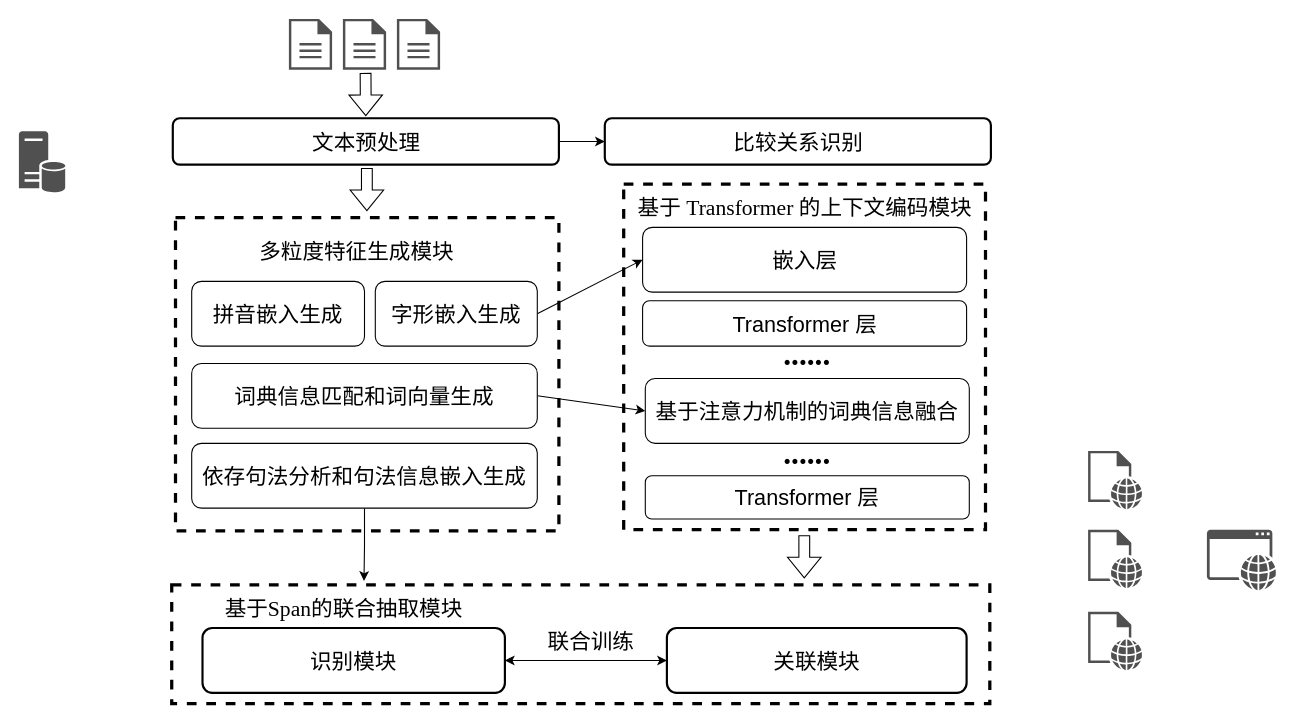
This is page "第 1 页" (1 of 4) of 基于特征增强的MQI联合抽取.drawio from JJackMoO/Jackert_draw, a draw.io file, before an edit. Source tidied: cells renumbered, new cells numbered last; positions are measured from the earlier drawing's top-left corner, leaving out a move shared by most shapes. Both pictures are drawn from the tidied source at 108%, with x=0, y=0 at pixel (18, 18).
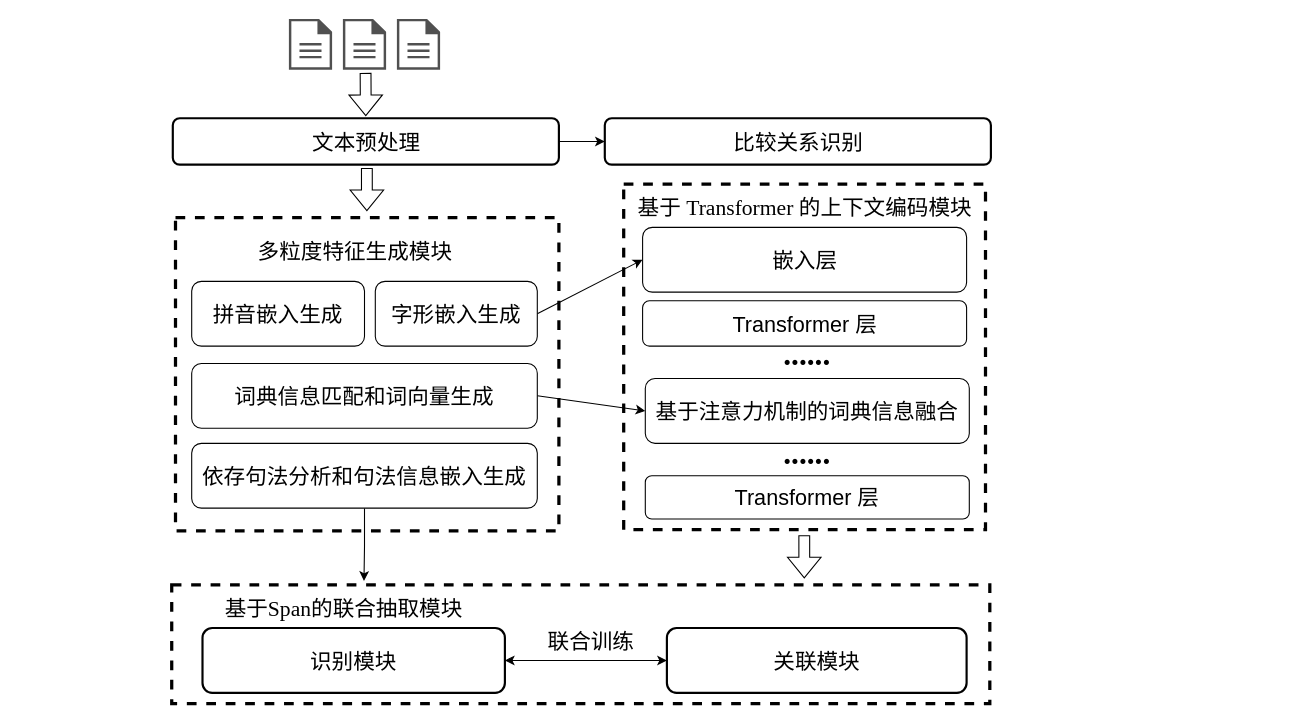
The same diagram, later.

The edit, as a diff of the source:
```diff
@@
     <mxCell id="20" value="&lt;font face=&quot;Times New Roman&quot; style=&quot;font-size: 20px;&quot;&gt;多粒度特征生成模块&lt;/font&gt;" style="text;strokeColor=none;align=center;fillColor=none;html=1;verticalAlign=middle;whiteSpace=wrap;rounded=0;" parent="1" vertex="1">
-      <mxGeometry x="132.5" y="200" width="360" height="30" as="geometry" />
+      <mxGeometry x="130" y="200" width="362.5" height="30" as="geometry" />
     </mxCell>
@@
-    <mxCell id="34" style="sketch=0;shadow=0;dashed=0;html=1;strokeColor=none;fillColor=#505050;labelPosition=center;verticalLabelPosition=bottom;verticalAlign=top;align=center;shape=mxgraph.office.concepts.application_web;" parent="1" vertex="1">
-      <mxGeometry x="1100" y="473" width="64" height="56" as="geometry" />
-    </mxCell>
-    <mxCell id="35" style="sketch=0;shadow=0;dashed=0;html=1;strokeColor=none;fillColor=#505050;labelPosition=center;verticalLabelPosition=bottom;verticalAlign=top;align=center;shape=mxgraph.office.concepts.web_page;" parent="1" vertex="1">
-      <mxGeometry x="990" y="400" width="50" height="54" as="geometry" />
-    </mxCell>
-    <mxCell id="36" style="sketch=0;shadow=0;dashed=0;html=1;strokeColor=none;fillColor=#505050;labelPosition=center;verticalLabelPosition=bottom;verticalAlign=top;align=center;shape=mxgraph.office.concepts.web_page;" parent="1" vertex="1">
-      <mxGeometry x="990" y="473" width="50" height="54" as="geometry" />
-    </mxCell>
-    <mxCell id="37" style="sketch=0;shadow=0;dashed=0;html=1;strokeColor=none;fillColor=#505050;labelPosition=center;verticalLabelPosition=bottom;verticalAlign=top;align=center;shape=mxgraph.office.concepts.web_page;" parent="1" vertex="1">
-      <mxGeometry x="990" y="549" width="50" height="54" as="geometry" />
-    </mxCell>
-    <mxCell id="38" style="sketch=0;shadow=0;dashed=0;html=1;strokeColor=none;fillColor=#505050;labelPosition=center;verticalLabelPosition=bottom;verticalAlign=top;align=center;shape=mxgraph.office.databases.database_server;" parent="1" vertex="1">
-      <mxGeometry y="104" width="43" height="57" as="geometry" />
-    </mxCell>
```
